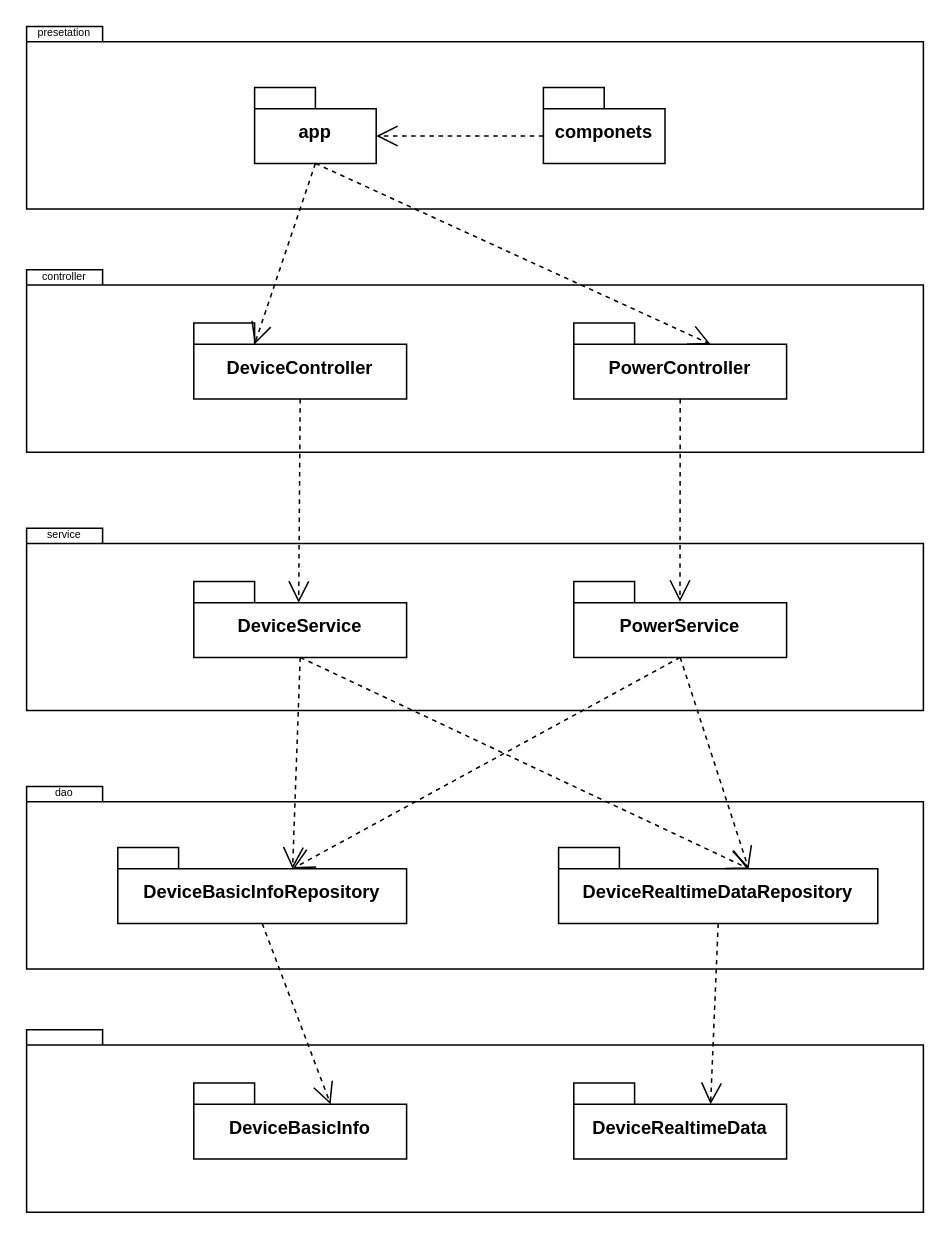
Before: 开发总体视图.drawio in YuhangChan/Diagrams, a draw.io diagram. Source tidied: cells renumbered, new cells numbered last; positions are measured from the earlier drawing's top-left corner, leaving out a move shared by most shapes. Both pictures are drawn from the tidied source at 152%, with x=0, y=0 at pixel (26, 26).
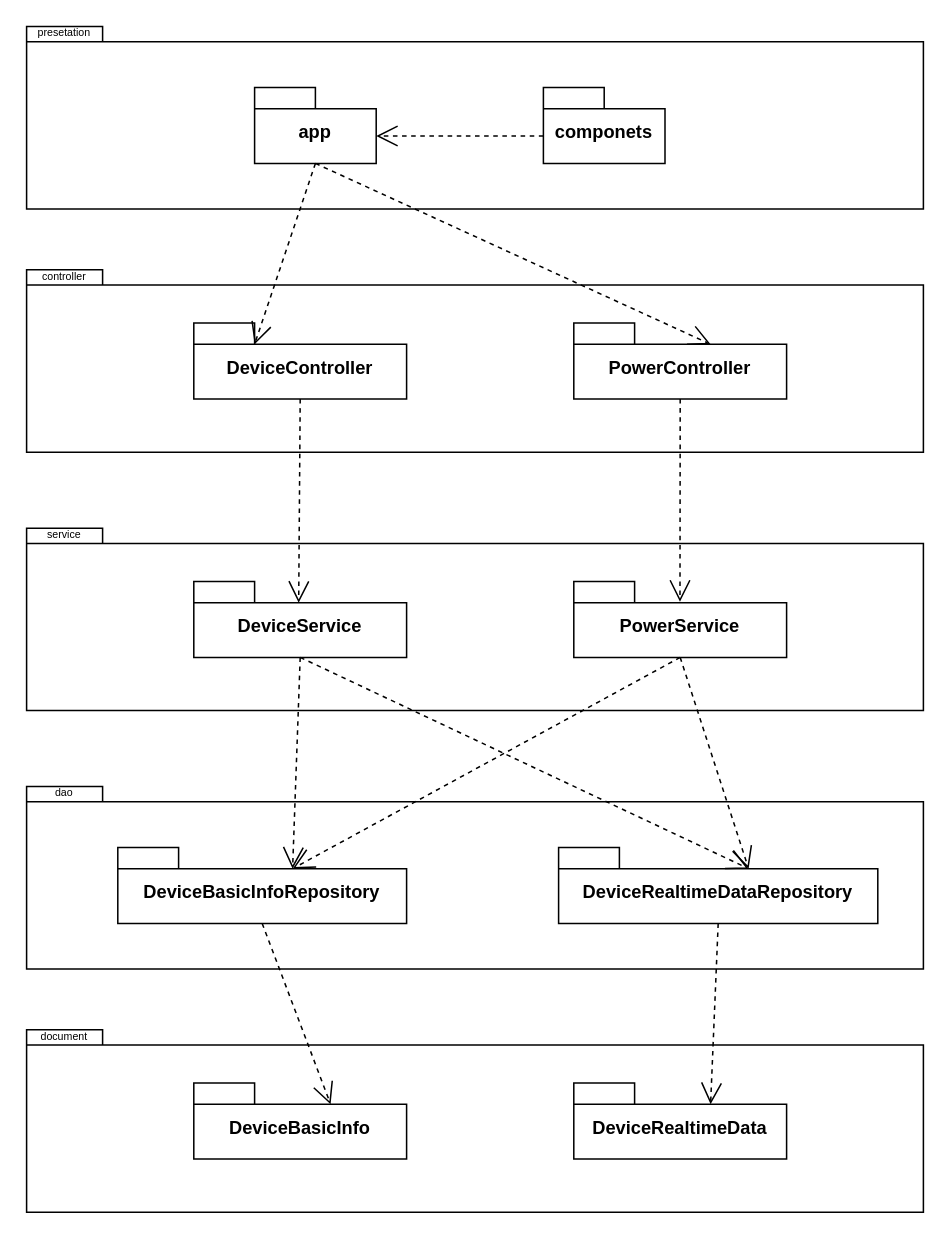
The same diagram, later.

Commit message:
更新开发总体视图.drawio

Change to the diagram source:
```diff
@@
+    <mxCell id="32" value="document" style="text;html=1;align=center;verticalAlign=middle;whiteSpace=wrap;rounded=0;fontSize=7;" parent="1" vertex="1">
+      <mxGeometry x="10" y="660" width="30" height="10" as="geometry" />
+    </mxCell>
```
